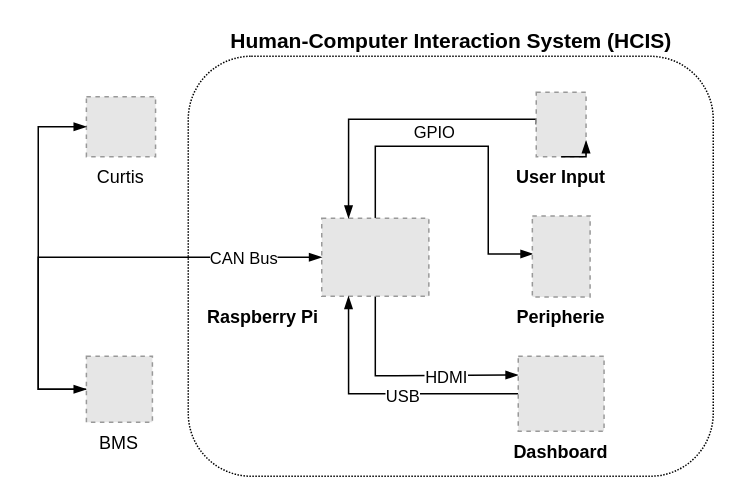
Before: document/figures_source/HCIS_Grundfunktion.drawio in kronbergerindustries/HTBLuVA_Diplomarbeit, a draw.io diagram. Source tidied: cells renumbered, new cells numbered last; positions are measured from the earlier drawing's top-left corner, leaving out a move shared by most shapes. Both pictures are drawn from the tidied source at 150%, with x=0, y=0 at pixel (38, 26). Pictures stored in the file or linked from it are replaced by grey dashed boxes.
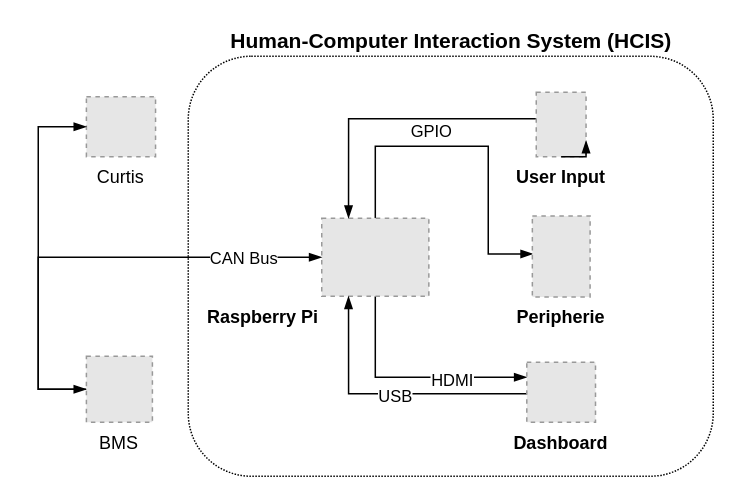
Above is the later version.

The change refers to these unchanged cells:
```xml
<mxCell id="6" value="Raspberry Pi" style="fillColor=#E6E6E6;strokeColor=#999999;dashed=1;verticalLabelPosition=bottom;verticalAlign=top;labelPosition=left;align=right;fontStyle=1;" parent="1" vertex="1">
  <mxGeometry x="189" y="128" width="71.4" height="52" as="geometry" />
</mxCell>
<mxCell id="14" value="User Input" style="fillColor=#E6E6E6;strokeColor=#999999;dashed=1;verticalLabelPosition=bottom;verticalAlign=top;fontStyle=1;" parent="1" vertex="1">
  <mxGeometry x="332" y="44" width="33.2" height="43" as="geometry" />
</mxCell>
<mxCell id="16" style="edgeStyle=orthogonalEdgeStyle;rounded=0;jettySize=auto;html=1;exitX=0;exitY=0.5;exitDx=0;exitDy=0;entryX=0.25;entryY=1;entryDx=0;entryDy=0;startArrow=none;startFill=0;endArrow=blockThin;endFill=1;" parent="1" edge="1" source="18" target="6">
  <mxGeometry relative="1" as="geometry">
    <Array as="points">
      <mxPoint x="207" y="245" />
    </Array>
  </mxGeometry>
</mxCell>
```

Diff of the diagram source:
```diff
@@
     <mxCell id="3" style="edgeStyle=orthogonalEdgeStyle;rounded=0;jettySize=auto;html=1;exitX=0.5;exitY=1;exitDx=0;exitDy=0;entryX=0;entryY=0.25;entryDx=0;entryDy=0;startArrow=none;startFill=0;endArrow=blockThin;endFill=1;" parent="1" edge="1" source="6" target="18">
       <mxGeometry relative="1" as="geometry">
         <Array as="points">
-          <mxPoint x="225" y="233" />
-          <mxPoint x="238" y="233" />
+          <mxPoint x="225" y="234" />
         </Array>
       </mxGeometry>
     </mxCell>
@@
-    <mxCell id="12" style="edgeStyle=orthogonalEdgeStyle;rounded=0;jettySize=auto;html=1;exitX=0;exitY=0.5;exitDx=0;exitDy=0;entryX=0.25;entryY=0;entryDx=0;entryDy=0;startArrow=none;startFill=0;endArrow=blockThin;endFill=1;" parent="1" edge="1" source="14" target="6">
+    <mxCell id="12" style="edgeStyle=orthogonalEdgeStyle;rounded=0;jettySize=auto;html=1;exitX=-0.001;exitY=0.412;exitDx=0;exitDy=0;entryX=0.25;entryY=0;entryDx=0;entryDy=0;startArrow=none;startFill=0;endArrow=blockThin;endFill=1;exitPerimeter=0;" parent="1" edge="1" source="14" target="6">
       <mxGeometry relative="1" as="geometry">
         <Array as="points">
-          <mxPoint x="332" y="62" />
           <mxPoint x="207" y="62" />
         </Array>
       </mxGeometry>
     </mxCell>
@@
     <mxCell id="17" value="USB" style="edgeLabel;html=1;align=center;verticalAlign=middle;" parent="16" vertex="1">
-      <mxGeometry x="-0.12" y="1" relative="1" as="geometry" />
+      <mxGeometry x="-0.12" y="1" relative="1" as="geometry">
+        <mxPoint x="-8.7" as="offset" />
+      </mxGeometry>
     </mxCell>
     <mxCell id="18" value="Dashboard" style="fillColor=#E6E6E6;strokeColor=#999999;dashed=1;verticalLabelPosition=bottom;verticalAlign=top;fontStyle=1;" parent="1" vertex="1">
-      <mxGeometry x="320" y="220" width="57.2" height="50" as="geometry" />
+      <mxGeometry x="325.7" y="224" width="45.8" height="40" as="geometry" />
     </mxCell>
```
